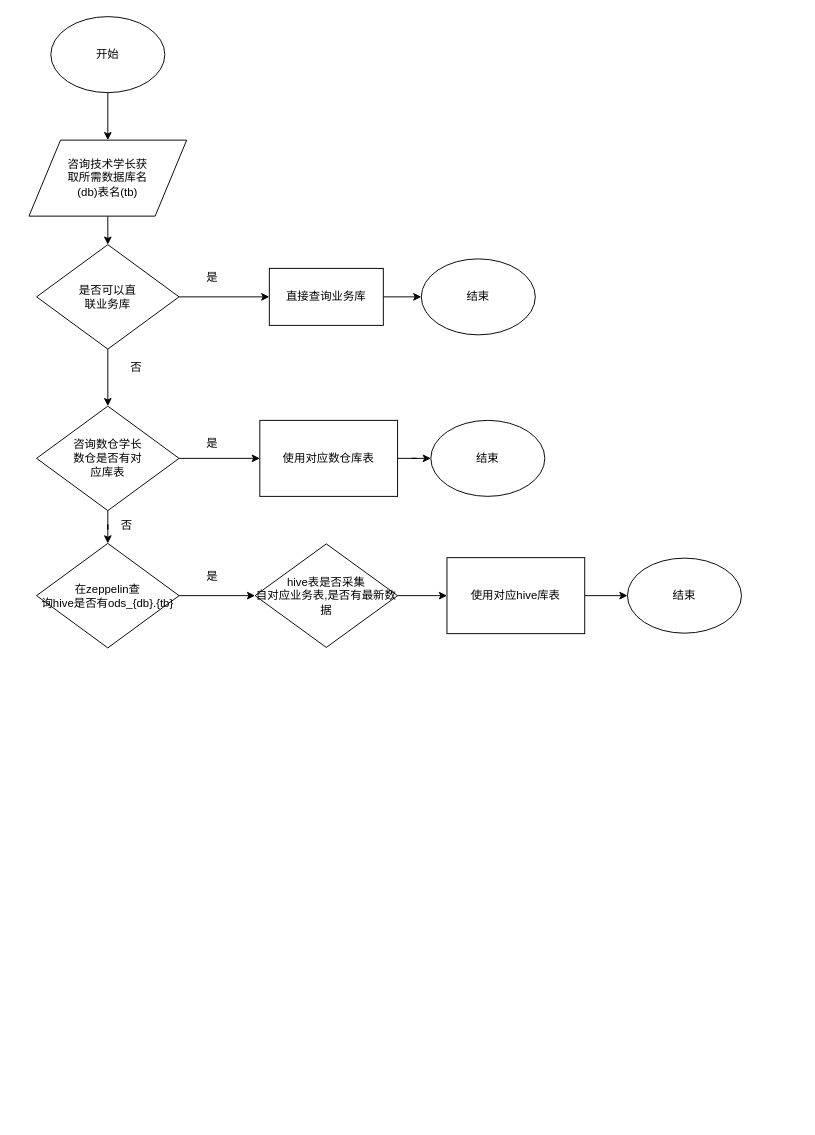
Above: hbase.drawio in wangbin2188/draw (draw.io), before the change. Source tidied: cells renumbered, new cells numbered last; positions are measured from the earlier drawing's top-left corner, leaving out a move shared by most shapes. Both pictures are drawn from the tidied source at 95%, with x=0, y=0 at pixel (28, 16).
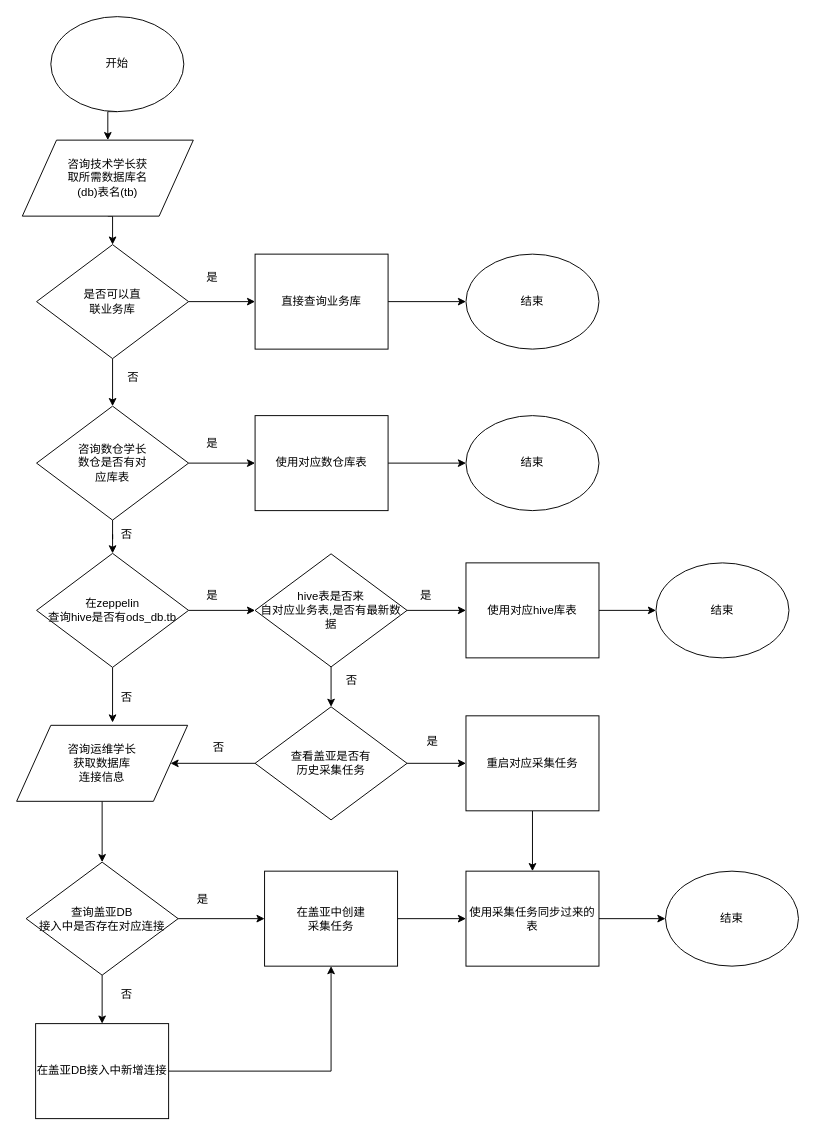
The same diagram, later.

What changed in the source:
```diff
@@
     <mxCell id="3" value="开始" style="ellipse;whiteSpace=wrap;html=1;" parent="1" vertex="1">
-      <mxGeometry x="23" width="120" height="80" as="geometry" />
+      <mxGeometry x="23" width="140" height="100" as="geometry" />
     </mxCell>
@@
     <mxCell id="5" value="直接查询业务库" style="rounded=0;whiteSpace=wrap;html=1;" parent="1" vertex="1">
-      <mxGeometry x="253" y="265" width="120" height="60" as="geometry" />
+      <mxGeometry x="238" y="250" width="140" height="100" as="geometry" />
     </mxCell>
@@
     <mxCell id="8" value="是否可以直&lt;br&gt;联业务库" style="rhombus;whiteSpace=wrap;html=1;" parent="1" vertex="1">
-      <mxGeometry x="8" y="240" width="150" height="110" as="geometry" />
+      <mxGeometry x="8" y="240" width="160" height="120" as="geometry" />
     </mxCell>
@@
     <mxCell id="11" value="使用对应数仓库表" style="rounded=0;whiteSpace=wrap;html=1;" parent="1" vertex="1">
-      <mxGeometry x="243" y="425" width="145" height="80" as="geometry" />
+      <mxGeometry x="238" y="420" width="140" height="100" as="geometry" />
     </mxCell>
     <mxCell id="12" value="否" style="text;html=1;strokeColor=none;fillColor=none;align=center;verticalAlign=middle;whiteSpace=wrap;rounded=0;" parent="1" vertex="1">
-      <mxGeometry x="93" y="360" width="40" height="20" as="geometry" />
+      <mxGeometry x="90" y="370" width="40" height="20" as="geometry" />
     </mxCell>
@@
     <mxCell id="15" value="咨询数仓学长&lt;br&gt;数仓是否有对&lt;br&gt;应库表" style="rhombus;whiteSpace=wrap;html=1;" parent="1" vertex="1">
-      <mxGeometry x="8" y="410" width="150" height="110" as="geometry" />
+      <mxGeometry x="8" y="410" width="160" height="120" as="geometry" />
     </mxCell>
     <mxCell id="16" value="结束" style="ellipse;whiteSpace=wrap;html=1;" parent="1" vertex="1">
-      <mxGeometry x="413" y="255" width="120" height="80" as="geometry" />
+      <mxGeometry x="460" y="250" width="140" height="100" as="geometry" />
     </mxCell>
     <mxCell id="17" value="结束" style="ellipse;whiteSpace=wrap;html=1;" parent="1" vertex="1">
-      <mxGeometry x="423" y="425" width="120" height="80" as="geometry" />
+      <mxGeometry x="460" y="420" width="140" height="100" as="geometry" />
     </mxCell>
@@
+    <mxCell id="30" style="edgeStyle=orthogonalEdgeStyle;rounded=0;jettySize=auto;html=1;exitX=0.5;exitY=1;exitDx=0;exitDy=0;entryX=0.561;entryY=-0.037;entryDx=0;entryDy=0;entryPerimeter=0;" parent="1" edge="1" source="20" target="33">
+      <mxGeometry relative="1" as="geometry" />
+    </mxCell>
-    <mxCell id="20" value="在zeppelin查&lt;br&gt;询hive是否有ods_{db}.{tb}" style="rhombus;whiteSpace=wrap;html=1;" parent="1" vertex="1">
-      <mxGeometry x="8" y="554.5" width="150" height="110" as="geometry" />
+    <mxCell id="20" value="在zeppelin&lt;br&gt;查询hive是否有ods_db.tb" style="rhombus;whiteSpace=wrap;html=1;" parent="1" vertex="1">
+      <mxGeometry x="8" y="565" width="160" height="120" as="geometry" />
     </mxCell>
     <mxCell id="21" value="是" style="text;html=1;strokeColor=none;fillColor=none;align=center;verticalAlign=middle;whiteSpace=wrap;rounded=0;" parent="1" vertex="1">
-      <mxGeometry x="173" y="580" width="40" height="20" as="geometry" />
+      <mxGeometry x="173" y="600" width="40" height="20" as="geometry" />
     </mxCell>
@@
     <mxCell id="23" value="&lt;span&gt;咨询技术学长获&lt;br&gt;取所需数据库名&lt;br&gt;(db)表名(tb)&lt;/span&gt;" style="shape=parallelogram;perimeter=parallelogramPerimeter;whiteSpace=wrap;html=1;" parent="1" vertex="1">
-      <mxGeometry y="130" width="166" height="80" as="geometry" />
+      <mxGeometry x="-7" y="130" width="180" height="80" as="geometry" />
     </mxCell>
     <mxCell id="24" value="否" style="text;html=1;strokeColor=none;fillColor=none;align=center;verticalAlign=middle;whiteSpace=wrap;rounded=0;" parent="1" vertex="1">
-      <mxGeometry x="83" y="526" width="40" height="20" as="geometry" />
+      <mxGeometry x="83" y="535" width="40" height="20" as="geometry" />
     </mxCell>
@@
+    <mxCell id="31" style="edgeStyle=orthogonalEdgeStyle;rounded=0;jettySize=auto;html=1;exitX=0.5;exitY=1;exitDx=0;exitDy=0;entryX=0.5;entryY=0;entryDx=0;entryDy=0;" parent="1" edge="1" source="26" target="49">
+      <mxGeometry relative="1" as="geometry" />
+    </mxCell>
-    <mxCell id="26" value="hive表是否采集&lt;br&gt;自对应业务表,是否有最新数据" style="rhombus;whiteSpace=wrap;html=1;" parent="1" vertex="1">
-      <mxGeometry x="238" y="555" width="150" height="109" as="geometry" />
+    <mxCell id="26" value="hive表是否来&lt;br&gt;自对应业务表,是否有最新数据" style="rhombus;whiteSpace=wrap;html=1;" parent="1" vertex="1">
+      <mxGeometry x="238" y="565.5" width="160" height="119" as="geometry" />
     </mxCell>
@@
     <mxCell id="28" value="使用对应hive库表" style="rounded=0;whiteSpace=wrap;html=1;" parent="1" vertex="1">
-      <mxGeometry x="440" y="569.5" width="145" height="80" as="geometry" />
+      <mxGeometry x="460" y="575" width="140" height="100" as="geometry" />
     </mxCell>
     <mxCell id="29" value="结束" style="ellipse;whiteSpace=wrap;html=1;" parent="1" vertex="1">
-      <mxGeometry x="630" y="570" width="120" height="79" as="geometry" />
+      <mxGeometry x="660" y="575" width="140" height="100" as="geometry" />
     </mxCell>
+    <mxCell id="32" style="edgeStyle=orthogonalEdgeStyle;rounded=0;jettySize=auto;html=1;entryX=0.5;entryY=0;entryDx=0;entryDy=0;" parent="1" edge="1" source="33" target="36">
+      <mxGeometry relative="1" as="geometry" />
+    </mxCell>
+    <mxCell id="33" value="&lt;span&gt;咨询运维学长&lt;br&gt;获取数据库&lt;br&gt;连接信息&lt;/span&gt;" style="shape=parallelogram;perimeter=parallelogramPerimeter;whiteSpace=wrap;html=1;" parent="1" vertex="1">
+      <mxGeometry x="-13" y="746" width="180" height="80" as="geometry" />
+    </mxCell>
+    <mxCell id="34" style="edgeStyle=orthogonalEdgeStyle;rounded=0;jettySize=auto;html=1;exitX=1;exitY=0.5;exitDx=0;exitDy=0;entryX=0;entryY=0.5;entryDx=0;entryDy=0;" parent="1" edge="1" source="36" target="38">
+      <mxGeometry relative="1" as="geometry" />
+    </mxCell>
+    <mxCell id="35" style="edgeStyle=orthogonalEdgeStyle;rounded=0;jettySize=auto;html=1;exitX=0.5;exitY=1;exitDx=0;exitDy=0;entryX=0.5;entryY=0;entryDx=0;entryDy=0;" parent="1" edge="1" source="36" target="44">
+      <mxGeometry relative="1" as="geometry" />
+    </mxCell>
+    <mxCell id="36" value="查询盖亚DB&lt;br&gt;接入中是否存在对应连接" style="rhombus;whiteSpace=wrap;html=1;" parent="1" vertex="1">
+      <mxGeometry x="-3" y="890" width="160" height="119" as="geometry" />
+    </mxCell>
+    <mxCell id="37" style="edgeStyle=orthogonalEdgeStyle;rounded=0;jettySize=auto;html=1;entryX=0;entryY=0.5;entryDx=0;entryDy=0;" parent="1" edge="1" source="38" target="40">
+      <mxGeometry relative="1" as="geometry" />
+    </mxCell>
+    <mxCell id="38" value="在盖亚中创建&lt;br&gt;采集任务" style="rounded=0;whiteSpace=wrap;html=1;" parent="1" vertex="1">
+      <mxGeometry x="248" y="899.5" width="140" height="100" as="geometry" />
+    </mxCell>
+    <mxCell id="39" style="edgeStyle=orthogonalEdgeStyle;rounded=0;jettySize=auto;html=1;exitX=1;exitY=0.5;exitDx=0;exitDy=0;entryX=0;entryY=0.5;entryDx=0;entryDy=0;" parent="1" edge="1" source="40" target="41">
+      <mxGeometry relative="1" as="geometry" />
+    </mxCell>
+    <mxCell id="40" value="使用采集任务同步过来的表" style="rounded=0;whiteSpace=wrap;html=1;" parent="1" vertex="1">
+      <mxGeometry x="460" y="899.5" width="140" height="100" as="geometry" />
+    </mxCell>
+    <mxCell id="41" value="结束" style="ellipse;whiteSpace=wrap;html=1;" parent="1" vertex="1">
+      <mxGeometry x="670" y="899.5" width="140" height="100" as="geometry" />
+    </mxCell>
+    <mxCell id="42" value="是" style="text;html=1;strokeColor=none;fillColor=none;align=center;verticalAlign=middle;whiteSpace=wrap;rounded=0;" parent="1" vertex="1">
+      <mxGeometry x="163" y="920" width="40" height="20" as="geometry" />
+    </mxCell>
+    <mxCell id="43" style="edgeStyle=orthogonalEdgeStyle;rounded=0;jettySize=auto;html=1;exitX=1;exitY=0.5;exitDx=0;exitDy=0;entryX=0.5;entryY=1;entryDx=0;entryDy=0;" parent="1" edge="1" source="44" target="38">
+      <mxGeometry relative="1" as="geometry" />
+    </mxCell>
+    <mxCell id="44" value="在盖亚DB接入中新增连接" style="rounded=0;whiteSpace=wrap;html=1;" parent="1" vertex="1">
+      <mxGeometry x="7" y="1060" width="140" height="100" as="geometry" />
+    </mxCell>
+    <mxCell id="45" value="否" style="text;html=1;strokeColor=none;fillColor=none;align=center;verticalAlign=middle;whiteSpace=wrap;rounded=0;" parent="1" vertex="1">
+      <mxGeometry x="83" y="1020" width="40" height="20" as="geometry" />
+    </mxCell>
+    <mxCell id="46" value="是" style="text;html=1;strokeColor=none;fillColor=none;align=center;verticalAlign=middle;whiteSpace=wrap;rounded=0;" parent="1" vertex="1">
+      <mxGeometry x="398" y="600" width="40" height="20" as="geometry" />
+    </mxCell>
+    <mxCell id="47" style="edgeStyle=orthogonalEdgeStyle;rounded=0;jettySize=auto;html=1;exitX=1;exitY=0.5;exitDx=0;exitDy=0;entryX=0;entryY=0.5;entryDx=0;entryDy=0;" parent="1" edge="1" source="49" target="52">
+      <mxGeometry relative="1" as="geometry" />
+    </mxCell>
+    <mxCell id="48" style="edgeStyle=orthogonalEdgeStyle;rounded=0;jettySize=auto;html=1;exitX=0;exitY=0.5;exitDx=0;exitDy=0;entryX=1;entryY=0.5;entryDx=0;entryDy=0;" parent="1" edge="1" source="49" target="33">
+      <mxGeometry relative="1" as="geometry" />
+    </mxCell>
+    <mxCell id="49" value="查看盖亚是否有&lt;br&gt;历史采集任务" style="rhombus;whiteSpace=wrap;html=1;" parent="1" vertex="1">
+      <mxGeometry x="238" y="726.5" width="160" height="119" as="geometry" />
+    </mxCell>
+    <mxCell id="50" value="否" style="text;html=1;strokeColor=none;fillColor=none;align=center;verticalAlign=middle;whiteSpace=wrap;rounded=0;" parent="1" vertex="1">
+      <mxGeometry x="320" y="689" width="40" height="20" as="geometry" />
+    </mxCell>
+    <mxCell id="51" style="edgeStyle=orthogonalEdgeStyle;rounded=0;jettySize=auto;html=1;exitX=0.5;exitY=1;exitDx=0;exitDy=0;entryX=0.5;entryY=0;entryDx=0;entryDy=0;" parent="1" edge="1" source="52" target="40">
+      <mxGeometry relative="1" as="geometry" />
+    </mxCell>
+    <mxCell id="52" value="重启对应采集任务" style="rounded=0;whiteSpace=wrap;html=1;" parent="1" vertex="1">
+      <mxGeometry x="460" y="736" width="140" height="100" as="geometry" />
+    </mxCell>
+    <mxCell id="53" value="是" style="text;html=1;strokeColor=none;fillColor=none;align=center;verticalAlign=middle;whiteSpace=wrap;rounded=0;" parent="1" vertex="1">
+      <mxGeometry x="405" y="753" width="40" height="20" as="geometry" />
+    </mxCell>
+    <mxCell id="54" value="否" style="text;html=1;strokeColor=none;fillColor=none;align=center;verticalAlign=middle;whiteSpace=wrap;rounded=0;" parent="1" vertex="1">
+      <mxGeometry x="180" y="760" width="40" height="20" as="geometry" />
+    </mxCell>
+    <mxCell id="55" value="否" style="text;html=1;strokeColor=none;fillColor=none;align=center;verticalAlign=middle;whiteSpace=wrap;rounded=0;" parent="1" vertex="1">
+      <mxGeometry x="83" y="706.5" width="40" height="20" as="geometry" />
+    </mxCell>
```
